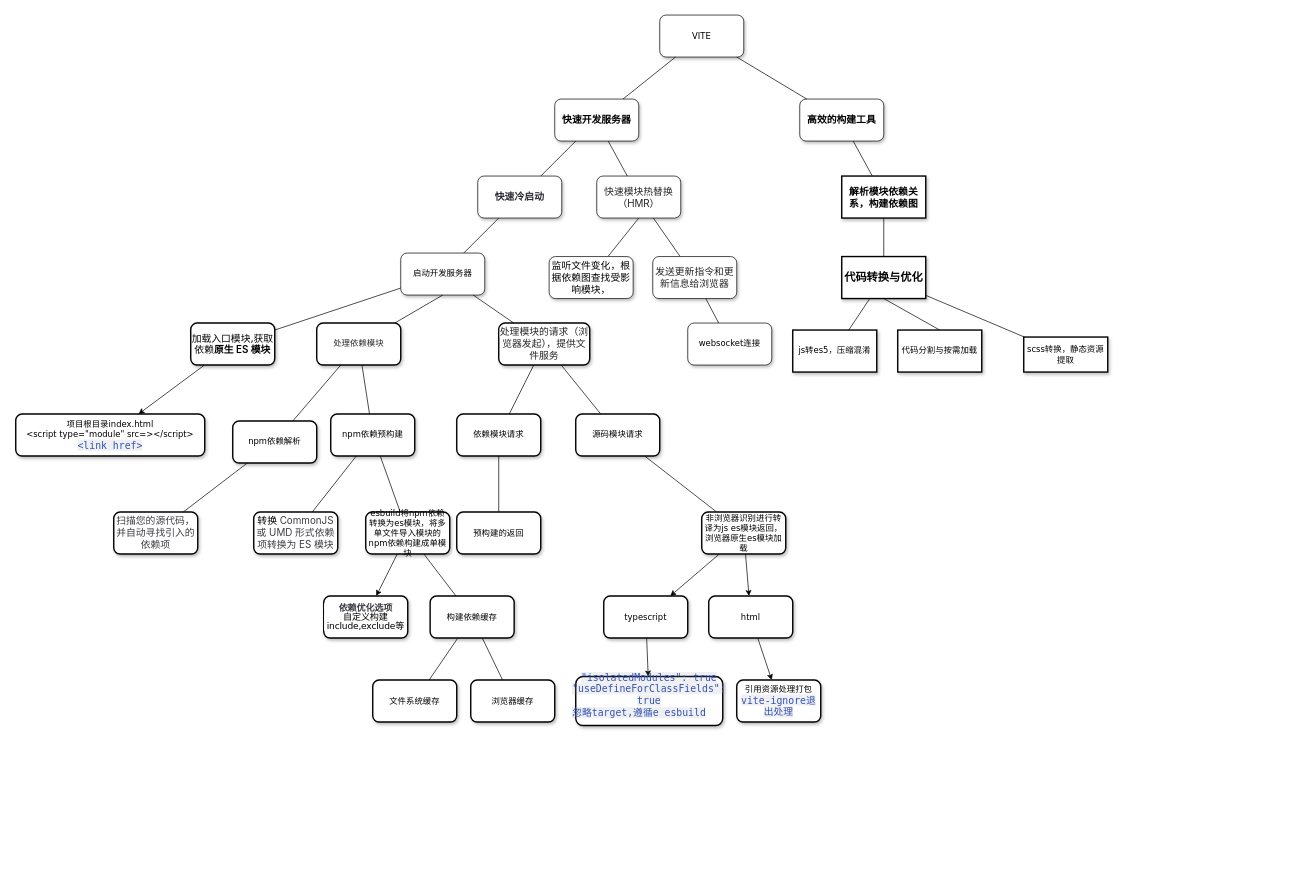
The draw.io diagram 未命名绘图.drawio in siyuejiwang/tools, before the edit. Source tidied: cells renumbered, new cells numbered last; positions are measured from the earlier drawing's top-left corner, leaving out a move shared by most shapes. Both pictures are drawn from the tidied source at 70%, with x=0, y=0 at pixel (15, 15).
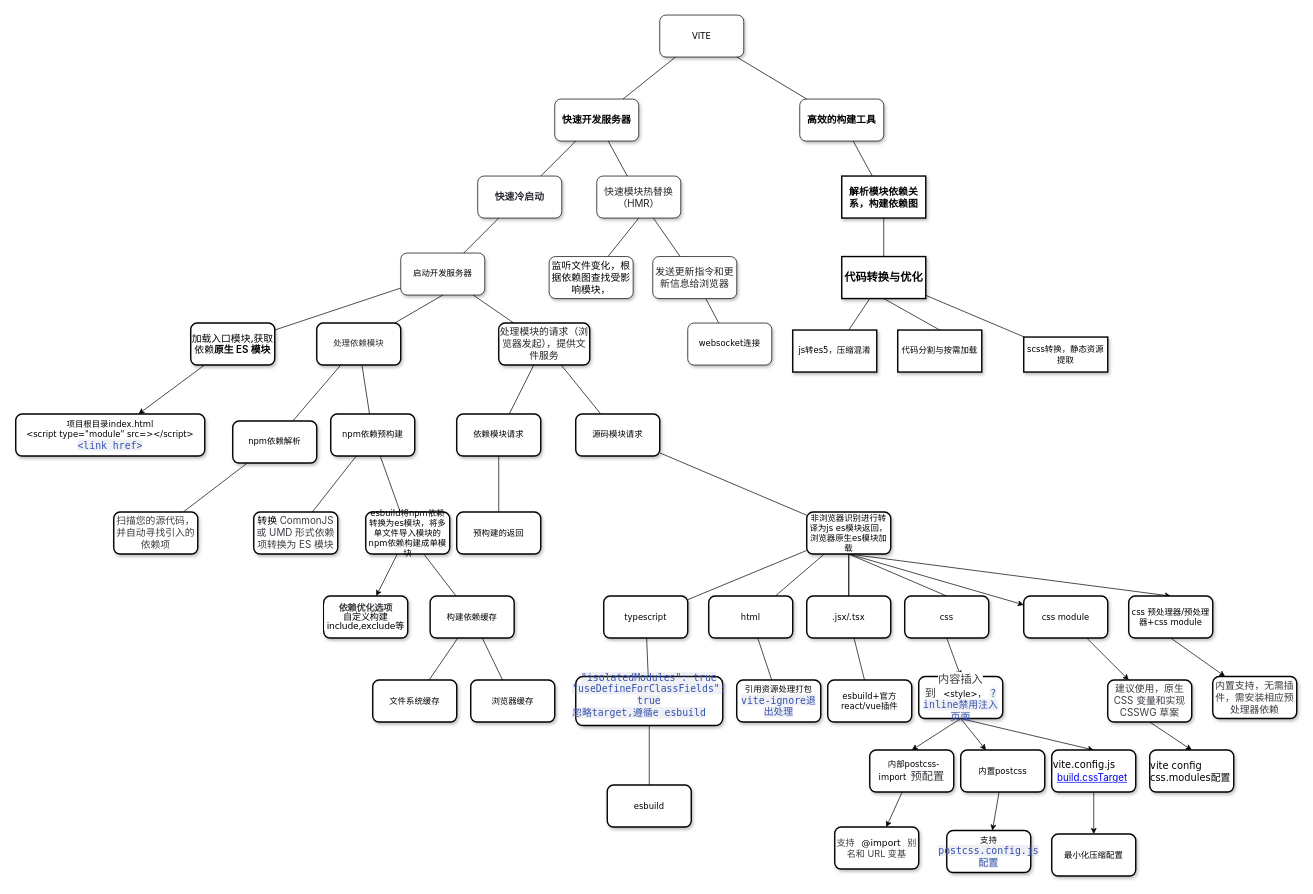
The same page after the edit.

Commit message (it also covers changes not shown here):
更新未命名绘图.drawio

Unchanged cells that the change refers to:
```xml
<mxCell id="66" value="typescript" style="whiteSpace=wrap;html=1;fontFamily=Verdana;rounded=1;shadow=1;labelBackgroundColor=none;strokeWidth=2;" parent="1" vertex="1">
  <mxGeometry x="840" y="830" width="120" height="60" as="geometry" />
</mxCell>
<mxCell id="68" value="html" style="whiteSpace=wrap;html=1;fontFamily=Verdana;rounded=1;shadow=1;labelBackgroundColor=none;strokeWidth=2;" parent="1" vertex="1">
  <mxGeometry x="990" y="830" width="120" height="60" as="geometry" />
</mxCell>
<mxCell id="69" value="&lt;span style=&quot;color: rgb(52, 81, 178); font-family: ui-monospace, Menlo, Monaco, Consolas, &amp;quot;Liberation Mono&amp;quot;, &amp;quot;Courier New&amp;quot;, monospace; font-size: 14px; text-align: start; background-color: rgba(142, 150, 170, 0.14);&quot;&gt;&quot;isolatedModules&quot;: true&lt;/span&gt;&lt;div&gt;&lt;span style=&quot;color: rgb(52, 81, 178); font-family: ui-monospace, Menlo, Monaco, Consolas, &amp;quot;Liberation Mono&amp;quot;, &amp;quot;Courier New&amp;quot;, monospace; font-size: 14px; text-align: start; background-color: rgba(142, 150, 170, 0.14);&quot;&gt;&quot;useDefineForClassFields&quot;: true&lt;/span&gt;&lt;span style=&quot;color: rgb(52, 81, 178); font-family: ui-monospace, Menlo, Monaco, Consolas, &amp;quot;Liberation Mono&amp;quot;, &amp;quot;Courier New&amp;quot;, monospace; font-size: 14px; text-align: start; background-color: rgba(142, 150, 170, 0.14);&quot;&gt;&lt;/span&gt;&lt;/div&gt;&lt;div style=&quot;text-align: start;&quot;&gt;&lt;font face=&quot;ui-monospace, Menlo, Monaco, Consolas, Liberation Mono, Courier New, monospace&quot; color=&quot;#3451b2&quot;&gt;&lt;span style=&quot;font-size: 14px; background-color: rgba(142, 150, 170, 0.14);&quot;&gt;忽略target,遵循e esbuild&lt;/span&gt;&lt;/font&gt;&lt;/div&gt;&lt;div&gt;&lt;span style=&quot;color: rgb(52, 81, 178); font-family: ui-monospace, Menlo, Monaco, Consolas, &amp;quot;Liberation Mono&amp;quot;, &amp;quot;Courier New&amp;quot;, monospace; font-size: 14px; text-align: start; background-color: rgba(142, 150, 170, 0.14);&quot;&gt;&lt;br&gt;&lt;/span&gt;&lt;/div&gt;" style="whiteSpace=wrap;html=1;fontFamily=Verdana;rounded=1;shadow=1;labelBackgroundColor=none;strokeWidth=2;" parent="1" vertex="1">
  <mxGeometry x="800" y="945" width="210" height="70" as="geometry" />
</mxCell>
<mxCell id="70" value="引用资源处理打包&lt;div&gt;&lt;span style=&quot;color: rgb(52, 81, 178); font-family: ui-monospace, Menlo, Monaco, Consolas, &amp;quot;Liberation Mono&amp;quot;, &amp;quot;Courier New&amp;quot;, monospace; font-size: 14px; text-align: start; background-color: rgba(142, 150, 170, 0.14);&quot;&gt;vite-ignore退出处理&lt;/span&gt;&lt;/div&gt;" style="whiteSpace=wrap;html=1;fontFamily=Verdana;rounded=1;shadow=1;labelBackgroundColor=none;strokeWidth=2;" parent="1" vertex="1">
  <mxGeometry x="1030" y="950" width="120" height="60" as="geometry" />
</mxCell>
```

Change to the diagram source:
```diff
@@
-    <mxCell id="61" style="rounded=0;jettySize=auto;html=1;" parent="1" edge="1" source="63" target="66">
+    <mxCell id="61" style="rounded=0;jettySize=auto;html=1;endArrow=none;endFill=0;" parent="1" edge="1" source="63" target="66">
       <mxGeometry relative="1" as="geometry" />
     </mxCell>
-    <mxCell id="62" style="rounded=0;jettySize=auto;html=1;" parent="1" edge="1" source="63" target="68">
+    <mxCell id="62" style="rounded=0;jettySize=auto;html=1;endArrow=none;endFill=0;" parent="1" edge="1" source="63" target="68">
       <mxGeometry relative="1" as="geometry" />
     </mxCell>
+    <mxCell id="71" style="edgeStyle=orthogonalEdgeStyle;rounded=0;jettySize=auto;html=1;endArrow=none;endFill=0;" parent="1" edge="1" source="63" target="79">
+      <mxGeometry relative="1" as="geometry" />
+    </mxCell>
+    <mxCell id="72" style="edgeStyle=orthogonalEdgeStyle;rounded=0;jettySize=auto;html=1;endArrow=none;endFill=0;" parent="1" edge="1" source="63" target="79">
+      <mxGeometry relative="1" as="geometry" />
+    </mxCell>
+    <mxCell id="73" style="rounded=0;jettySize=auto;html=1;exitX=0.5;exitY=1;exitDx=0;exitDy=0;entryX=0.5;entryY=0;entryDx=0;entryDy=0;endArrow=none;endFill=0;" parent="1" edge="1" source="63" target="82">
+      <mxGeometry relative="1" as="geometry" />
+    </mxCell>
+    <mxCell id="74" style="rounded=0;jettySize=auto;html=1;exitX=0.5;exitY=1;exitDx=0;exitDy=0;" parent="1" edge="1" source="63" target="97">
+      <mxGeometry relative="1" as="geometry" />
+    </mxCell>
+    <mxCell id="75" style="rounded=0;jettySize=auto;html=1;exitX=0.5;exitY=1;exitDx=0;exitDy=0;entryX=0.5;entryY=0;entryDx=0;entryDy=0;" parent="1" edge="1" source="63" target="102">
+      <mxGeometry relative="1" as="geometry" />
+    </mxCell>
     <mxCell id="63" value="非浏览器识别进行转译为js es模块返回，浏览器原生es模块加载" style="whiteSpace=wrap;html=1;fontFamily=Verdana;rounded=1;shadow=1;labelBackgroundColor=none;strokeWidth=2;" parent="1" vertex="1">
-      <mxGeometry x="980" y="710" width="120" height="60" as="geometry" />
+      <mxGeometry x="1130" y="710" width="120" height="60" as="geometry" />
     </mxCell>
@@
-    <mxCell id="65" style="rounded=0;jettySize=auto;html=1;" parent="1" edge="1" source="66" target="69">
+    <mxCell id="65" style="rounded=0;jettySize=auto;html=1;endArrow=none;endFill=0;" parent="1" edge="1" source="66" target="69">
       <mxGeometry relative="1" as="geometry" />
     </mxCell>
@@
-    <mxCell id="67" style="rounded=0;jettySize=auto;html=1;" parent="1" edge="1" source="68" target="70">
+    <mxCell id="67" style="rounded=0;jettySize=auto;html=1;endArrow=none;endFill=0;" parent="1" edge="1" source="68" target="70">
       <mxGeometry relative="1" as="geometry" />
     </mxCell>
@@
+    <mxCell id="76" style="rounded=0;jettySize=auto;html=1;endArrow=none;endFill=0;" parent="1" edge="1" source="69" target="77">
+      <mxGeometry relative="1" as="geometry" />
+    </mxCell>
@@
+    <mxCell id="77" value="esbuild" style="whiteSpace=wrap;html=1;fontFamily=Verdana;rounded=1;shadow=1;labelBackgroundColor=none;strokeWidth=2;" parent="1" vertex="1">
+      <mxGeometry x="845" y="1100" width="120" height="60" as="geometry" />
+    </mxCell>
+    <mxCell id="78" style="rounded=0;jettySize=auto;html=1;endArrow=none;endFill=0;" parent="1" edge="1" source="79" target="80">
+      <mxGeometry relative="1" as="geometry" />
+    </mxCell>
+    <mxCell id="79" value=".jsx/.tsx" style="whiteSpace=wrap;html=1;fontFamily=Verdana;rounded=1;shadow=1;labelBackgroundColor=none;strokeWidth=2;" parent="1" vertex="1">
+      <mxGeometry x="1130" y="830" width="120" height="60" as="geometry" />
+    </mxCell>
+    <mxCell id="80" value="esbuild+官方react/vue插件" style="whiteSpace=wrap;html=1;fontFamily=Verdana;rounded=1;shadow=1;labelBackgroundColor=none;strokeWidth=2;" parent="1" vertex="1">
+      <mxGeometry x="1160" y="950" width="120" height="60" as="geometry" />
+    </mxCell>
+    <mxCell id="81" style="rounded=0;jettySize=auto;html=1;exitX=0.5;exitY=1;exitDx=0;exitDy=0;entryX=0.5;entryY=0;entryDx=0;entryDy=0;" parent="1" edge="1" source="82" target="89">
+      <mxGeometry relative="1" as="geometry" />
+    </mxCell>
+    <mxCell id="82" value="css" style="whiteSpace=wrap;html=1;fontFamily=Verdana;rounded=1;shadow=1;labelBackgroundColor=none;strokeWidth=2;" parent="1" vertex="1">
+      <mxGeometry x="1270" y="830" width="120" height="60" as="geometry" />
+    </mxCell>
+    <mxCell id="83" style="rounded=0;jettySize=auto;html=1;" parent="1" edge="1" source="84" target="85">
+      <mxGeometry relative="1" as="geometry" />
+    </mxCell>
+    <mxCell id="84" value="&lt;code style=&quot;box-sizing: border-box; font-family: var(--vp-font-family-mono); font-size: var(--vp-code-font-size); color: var(--vp-code-color); border-radius: 4px; padding: 3px 6px; background-color: var(--vp-code-bg); transition: color 0.25s, background-color 0.5s; text-align: start;&quot;&gt;内部postcss-import&lt;/code&gt;&lt;span style=&quot;color: rgb(60, 60, 67); font-family: &amp;quot;Punctuation SC&amp;quot;, Inter, ui-sans-serif, system-ui, sans-serif, &amp;quot;Apple Color Emoji&amp;quot;, &amp;quot;Segoe UI Emoji&amp;quot;, &amp;quot;Segoe UI Symbol&amp;quot;, &amp;quot;Noto Color Emoji&amp;quot;; font-size: 16px; text-align: start; background-color: rgb(255, 255, 255);&quot;&gt;预配置&lt;/span&gt;" style="whiteSpace=wrap;html=1;fontFamily=Verdana;rounded=1;shadow=1;labelBackgroundColor=none;strokeWidth=2;" parent="1" vertex="1">
+      <mxGeometry x="1220" y="1050" width="120" height="60" as="geometry" />
+    </mxCell>
+    <mxCell id="85" value="&lt;span style=&quot;color: rgb(60, 60, 67); font-family: &amp;quot;Punctuation SC&amp;quot;, Inter, ui-sans-serif, system-ui, sans-serif, &amp;quot;Apple Color Emoji&amp;quot;, &amp;quot;Segoe UI Emoji&amp;quot;, &amp;quot;Segoe UI Symbol&amp;quot;, &amp;quot;Noto Color Emoji&amp;quot;; font-size: 13px; text-align: start; background-color: rgb(255, 255, 255);&quot;&gt;支持&amp;nbsp;&lt;/span&gt;&lt;code style=&quot;box-sizing: border-box; font-family: var(--vp-font-family-mono); font-size: 13px; color: var(--vp-code-color); border-radius: 4px; padding: 3px 6px; background-color: var(--vp-code-bg); transition: color 0.25s, background-color 0.5s; text-align: start;&quot;&gt;@import&lt;/code&gt;&lt;span style=&quot;color: rgb(60, 60, 67); font-family: &amp;quot;Punctuation SC&amp;quot;, Inter, ui-sans-serif, system-ui, sans-serif, &amp;quot;Apple Color Emoji&amp;quot;, &amp;quot;Segoe UI Emoji&amp;quot;, &amp;quot;Segoe UI Symbol&amp;quot;, &amp;quot;Noto Color Emoji&amp;quot;; font-size: 13px; text-align: start; background-color: rgb(255, 255, 255);&quot;&gt;&amp;nbsp;别名和 URL 变基&lt;/span&gt;" style="whiteSpace=wrap;html=1;fontFamily=Verdana;rounded=1;shadow=1;labelBackgroundColor=none;strokeWidth=2;fontSize=13;" parent="1" vertex="1">
+      <mxGeometry x="1170" y="1160" width="120" height="60" as="geometry" />
+    </mxCell>
+    <mxCell id="86" style="rounded=0;jettySize=auto;html=1;exitX=0.5;exitY=1;exitDx=0;exitDy=0;entryX=0.5;entryY=0;entryDx=0;entryDy=0;" parent="1" edge="1" source="89" target="84">
+      <mxGeometry relative="1" as="geometry" />
+    </mxCell>
+    <mxCell id="87" style="rounded=0;jettySize=auto;html=1;exitX=0.5;exitY=1;exitDx=0;exitDy=0;" parent="1" edge="1" source="89" target="91">
+      <mxGeometry relative="1" as="geometry" />
+    </mxCell>
+    <mxCell id="88" style="rounded=0;jettySize=auto;html=1;exitX=0.5;exitY=1;exitDx=0;exitDy=0;entryX=0.5;entryY=0;entryDx=0;entryDy=0;" parent="1" edge="1" source="89" target="94">
+      <mxGeometry relative="1" as="geometry" />
+    </mxCell>
+    <mxCell id="89" value="&lt;span style=&quot;color: rgb(60, 60, 67); font-family: &amp;quot;Punctuation SC&amp;quot;, Inter, ui-sans-serif, system-ui, sans-serif, &amp;quot;Apple Color Emoji&amp;quot;, &amp;quot;Segoe UI Emoji&amp;quot;, &amp;quot;Segoe UI Symbol&amp;quot;, &amp;quot;Noto Color Emoji&amp;quot;; font-size: 16px; text-align: start; background-color: rgb(255, 255, 255);&quot;&gt;内容插入到&amp;nbsp;&lt;/span&gt;&lt;code style=&quot;box-sizing: border-box; font-family: var(--vp-font-family-mono); font-size: var(--vp-code-font-size); color: var(--vp-code-color); border-radius: 4px; padding: 3px 6px; background-color: var(--vp-code-bg); transition: color 0.25s, background-color 0.5s; text-align: start;&quot;&gt;&amp;lt;style&amp;gt;，&lt;/code&gt;&lt;span style=&quot;color: rgb(52, 81, 178); font-family: ui-monospace, Menlo, Monaco, Consolas, &amp;quot;Liberation Mono&amp;quot;, &amp;quot;Courier New&amp;quot;, monospace; font-size: 14px; text-align: start; background-color: rgba(142, 150, 170, 0.14);&quot;&gt;?inline禁用注入页面&lt;/span&gt;" style="whiteSpace=wrap;html=1;fontFamily=Verdana;rounded=1;shadow=1;labelBackgroundColor=none;strokeWidth=2;" parent="1" vertex="1">
+      <mxGeometry x="1290" y="945" width="120" height="60" as="geometry" />
+    </mxCell>
+    <mxCell id="90" style="rounded=0;jettySize=auto;html=1;" parent="1" edge="1" source="91" target="92">
+      <mxGeometry relative="1" as="geometry" />
+    </mxCell>
+    <mxCell id="91" value="&lt;div style=&quot;text-align: start;&quot;&gt;&lt;span style=&quot;background-color: initial;&quot;&gt;内置postcss&lt;/span&gt;&lt;/div&gt;" style="whiteSpace=wrap;html=1;fontFamily=Verdana;rounded=1;shadow=1;labelBackgroundColor=none;strokeWidth=2;" parent="1" vertex="1">
+      <mxGeometry x="1350" y="1050" width="120" height="60" as="geometry" />
+    </mxCell>
+    <mxCell id="92" value="支持&lt;span style=&quot;color: rgb(52, 81, 178); font-family: ui-monospace, Menlo, Monaco, Consolas, &amp;quot;Liberation Mono&amp;quot;, &amp;quot;Courier New&amp;quot;, monospace; font-size: 14px; text-align: start; background-color: rgba(142, 150, 170, 0.14);&quot;&gt;postcss.config.js配置&lt;/span&gt;" style="whiteSpace=wrap;html=1;fontFamily=Verdana;rounded=1;shadow=1;labelBackgroundColor=none;strokeWidth=2;" parent="1" vertex="1">
+      <mxGeometry x="1330" y="1165" width="120" height="60" as="geometry" />
+    </mxCell>
+    <mxCell id="93" style="rounded=0;jettySize=auto;html=1;" parent="1" edge="1" source="94" target="95">
+      <mxGeometry relative="1" as="geometry" />
+    </mxCell>
+    <mxCell id="94" value="&lt;div style=&quot;text-align: start; font-size: 14px;&quot;&gt;&lt;span style=&quot;background-color: initial;&quot;&gt;&lt;font style=&quot;font-size: 14px;&quot;&gt;vite.config.js&lt;/font&gt;&lt;/span&gt;&lt;/div&gt;&lt;div style=&quot;text-align: start; font-size: 14px;&quot;&gt;&lt;font style=&quot;font-size: 14px;&quot;&gt;&lt;a style=&quot;box-sizing: border-box; touch-action: manipulation; text-underline-offset: 2px; transition: color 0.25s, opacity 0.25s; font-family: &amp;quot;Punctuation SC&amp;quot;, Inter, ui-sans-serif, system-ui, sans-serif, &amp;quot;Apple Color Emoji&amp;quot;, &amp;quot;Segoe UI Emoji&amp;quot;, &amp;quot;Segoe UI Symbol&amp;quot;, &amp;quot;Noto Color Emoji&amp;quot;; background-color: rgb(255, 255, 255);&quot; href=&quot;https://cn.vite.dev/config/build-options.html#build-csstarget&quot;&gt;&lt;code style=&quot;box-sizing: border-box; font-family: var(--vp-font-family-mono); border-radius: 4px; padding: 3px 6px; background-color: var(--vp-code-bg); transition: color 0.25s, background-color 0.5s;&quot;&gt;build.cssTarget&lt;/code&gt;&lt;/a&gt;&lt;span style=&quot;font-family: &amp;quot;Punctuation SC&amp;quot;, Inter, ui-sans-serif, system-ui, sans-serif, &amp;quot;Apple Color Emoji&amp;quot;, &amp;quot;Segoe UI Emoji&amp;quot;, &amp;quot;Segoe UI Symbol&amp;quot;, &amp;quot;Noto Color Emoji&amp;quot;; background-color: rgb(255, 255, 255);&quot;&gt;&amp;nbsp;&lt;/span&gt;&lt;/font&gt;&lt;span style=&quot;background-color: initial; font-size: 15px;&quot;&gt;&lt;/span&gt;&lt;/div&gt;" style="whiteSpace=wrap;html=1;fontFamily=Verdana;rounded=1;shadow=1;labelBackgroundColor=none;strokeWidth=2;" parent="1" vertex="1">
+      <mxGeometry x="1480" y="1050" width="120" height="60" as="geometry" />
+    </mxCell>
+    <mxCell id="95" value="最小化压缩配置" style="whiteSpace=wrap;html=1;fontFamily=Verdana;rounded=1;shadow=1;labelBackgroundColor=none;strokeWidth=2;" parent="1" vertex="1">
+      <mxGeometry x="1480" y="1170" width="120" height="60" as="geometry" />
+    </mxCell>
+    <mxCell id="96" style="rounded=0;jettySize=auto;html=1;" parent="1" edge="1" source="97" target="99">
+      <mxGeometry relative="1" as="geometry" />
+    </mxCell>
+    <mxCell id="97" value="css module" style="whiteSpace=wrap;html=1;fontFamily=Verdana;rounded=1;shadow=1;labelBackgroundColor=none;strokeWidth=2;" parent="1" vertex="1">
+      <mxGeometry x="1440" y="830" width="120" height="60" as="geometry" />
+    </mxCell>
+    <mxCell id="98" style="rounded=0;jettySize=auto;html=1;exitX=0.5;exitY=1;exitDx=0;exitDy=0;entryX=0.5;entryY=0;entryDx=0;entryDy=0;" parent="1" edge="1" source="99" target="100">
+      <mxGeometry relative="1" as="geometry" />
+    </mxCell>
+    <mxCell id="99" value="&lt;span style=&quot;color: rgb(60, 60, 67); font-family: &amp;quot;Punctuation SC&amp;quot;, Inter, ui-sans-serif, system-ui, sans-serif, &amp;quot;Apple Color Emoji&amp;quot;, &amp;quot;Segoe UI Emoji&amp;quot;, &amp;quot;Segoe UI Symbol&amp;quot;, &amp;quot;Noto Color Emoji&amp;quot;; text-align: start; background-color: rgb(255, 255, 255);&quot;&gt;&lt;font style=&quot;font-size: 14px;&quot;&gt;建议使用，原生 CSS 变量和实现 CSSWG 草案&lt;/font&gt;&lt;/span&gt;" style="whiteSpace=wrap;html=1;fontFamily=Verdana;rounded=1;shadow=1;labelBackgroundColor=none;strokeWidth=2;" parent="1" vertex="1">
+      <mxGeometry x="1560" y="950" width="120" height="60" as="geometry" />
+    </mxCell>
+    <mxCell id="100" value="&lt;div style=&quot;text-align: start; font-size: 14px;&quot;&gt;vite config css.modules配置&lt;/div&gt;" style="whiteSpace=wrap;html=1;fontFamily=Verdana;rounded=1;shadow=1;labelBackgroundColor=none;strokeWidth=2;" parent="1" vertex="1">
+      <mxGeometry x="1620" y="1050" width="120" height="60" as="geometry" />
+    </mxCell>
+    <mxCell id="101" style="rounded=0;jettySize=auto;html=1;exitX=0.5;exitY=1;exitDx=0;exitDy=0;" parent="1" edge="1" source="102" target="103">
+      <mxGeometry relative="1" as="geometry" />
+    </mxCell>
+    <mxCell id="102" value="css 预处理器/预处理器+css module" style="whiteSpace=wrap;html=1;fontFamily=Verdana;rounded=1;shadow=1;labelBackgroundColor=none;strokeWidth=2;" parent="1" vertex="1">
+      <mxGeometry x="1590" y="830" width="120" height="60" as="geometry" />
+    </mxCell>
+    <mxCell id="103" value="&lt;span style=&quot;color: rgb(60, 60, 67); font-family: &amp;quot;Punctuation SC&amp;quot;, Inter, ui-sans-serif, system-ui, sans-serif, &amp;quot;Apple Color Emoji&amp;quot;, &amp;quot;Segoe UI Emoji&amp;quot;, &amp;quot;Segoe UI Symbol&amp;quot;, &amp;quot;Noto Color Emoji&amp;quot;; text-align: start; background-color: rgb(255, 255, 255);&quot;&gt;&lt;font style=&quot;font-size: 14px;&quot;&gt;内置支持，无需插件，需安装相应预处理器依赖&lt;/font&gt;&lt;/span&gt;" style="whiteSpace=wrap;html=1;fontFamily=Verdana;rounded=1;shadow=1;labelBackgroundColor=none;strokeWidth=2;" parent="1" vertex="1">
+      <mxGeometry x="1710" y="945" width="120" height="60" as="geometry" />
+    </mxCell>
```
